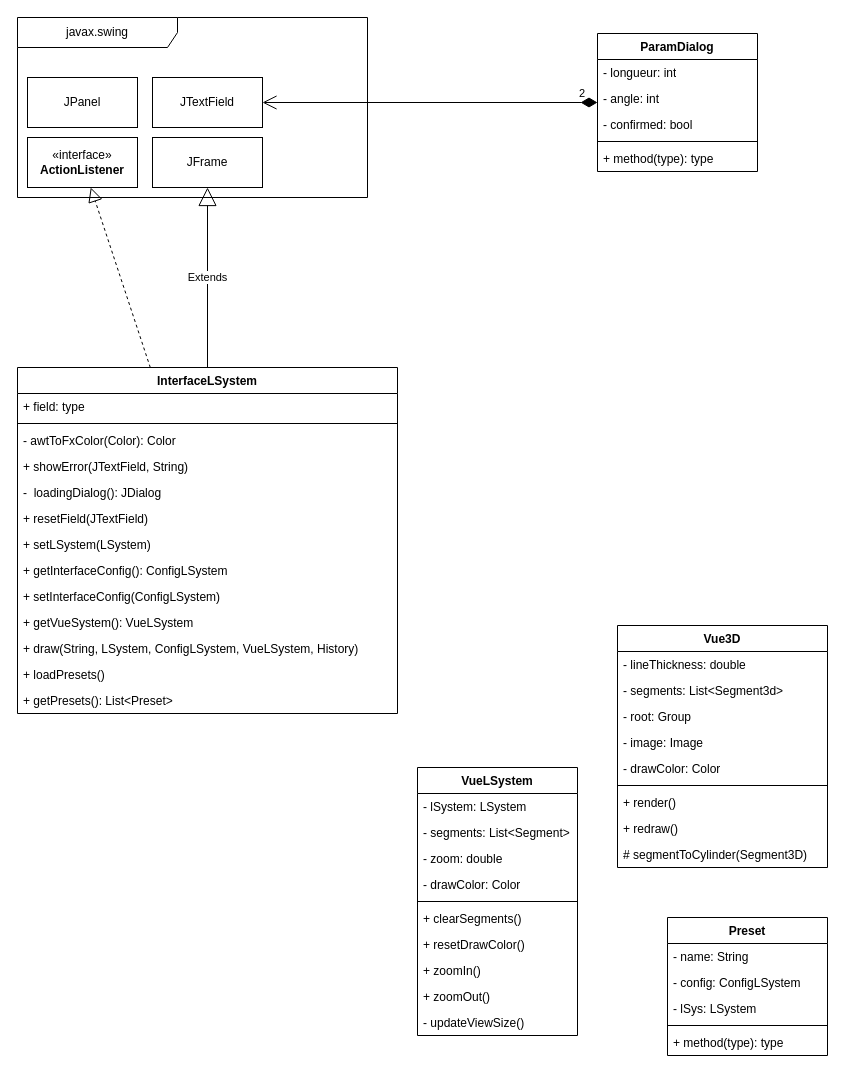
Earlier version of the draw.io diagram page "ui" (7 of 8) of diagrams/AllPackages.drawio (afanemvembe-alt/lindenmeyer-system-3d). Source tidied: cells renumbered, new cells numbered last; positions are measured from the earlier drawing's top-left corner, leaving out a move shared by most shapes. Both pictures are drawn from the tidied source at 100%, with x=0, y=0 at pixel (17, 17).
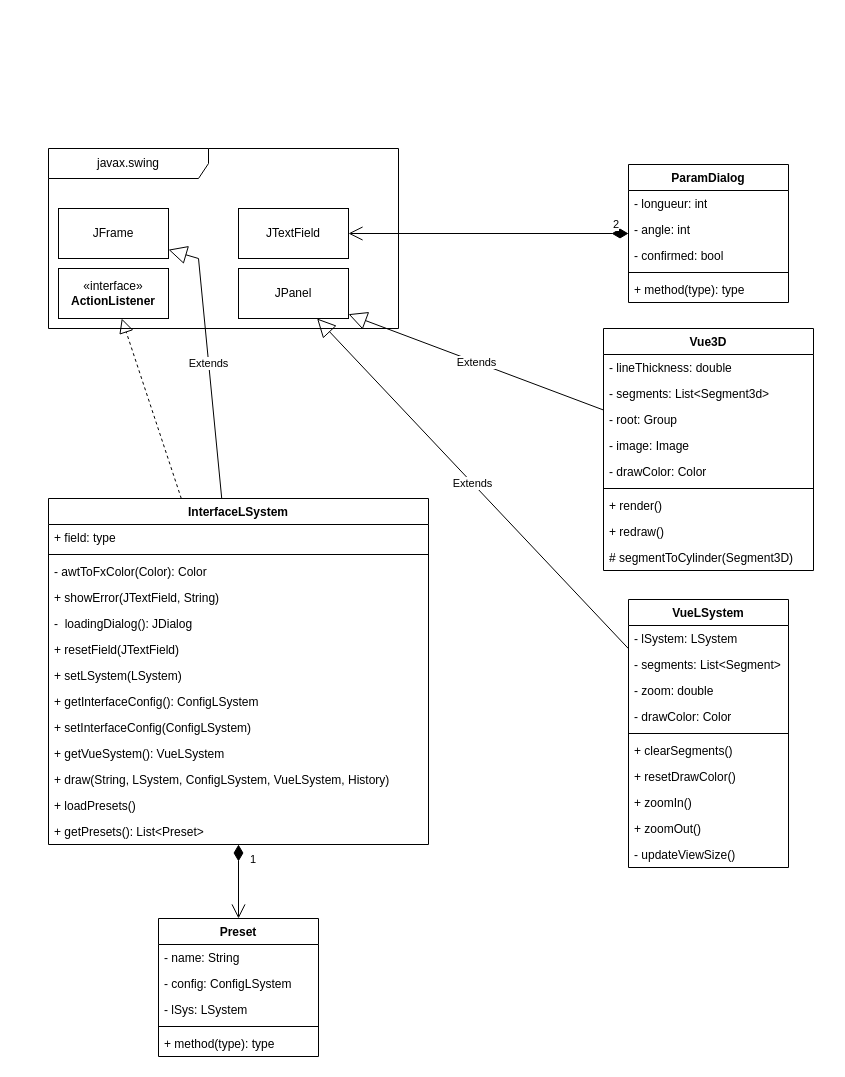
The same page after the edit.

Change to the diagram source:
```diff
@@
     <mxCell id="2" value="InterfaceLSystem" style="swimlane;fontStyle=1;align=center;verticalAlign=top;horizontal=1;startSize=26;whiteSpace=wrap;html=1;" parent="1" vertex="1">
-      <mxGeometry y="350" width="380" height="346" as="geometry" />
+      <mxGeometry x="31" y="481" width="380" height="346" as="geometry" />
     </mxCell>
@@
     <mxCell id="17" value="Extends" style="endArrow=block;endSize=16;endFill=0;html=1;rounded=0;" parent="1" edge="1" source="2" target="19">
-      <mxGeometry relative="1" as="geometry" />
+      <mxGeometry relative="1" as="geometry">
+        <Array as="points">
+          <mxPoint x="181" y="241" />
+        </Array>
+      </mxGeometry>
     </mxCell>
     <mxCell id="18" value="javax.swing" style="shape=umlFrame;whiteSpace=wrap;html=1;width=160;" parent="1" vertex="1">
-      <mxGeometry width="350" height="180" as="geometry" />
+      <mxGeometry x="31" y="131" width="350" height="180" as="geometry" />
     </mxCell>
     <mxCell id="19" value="JFrame" style="html=1;whiteSpace=wrap;" parent="18" vertex="1">
-      <mxGeometry x="135" y="120" width="110" height="50" as="geometry" />
+      <mxGeometry x="10" y="60" width="110" height="50" as="geometry" />
     </mxCell>
@@
+    <mxCell id="22" value="JTextField" style="html=1;whiteSpace=wrap;" parent="18" vertex="1">
+      <mxGeometry x="190" y="60" width="110" height="50" as="geometry" />
+    </mxCell>
     <mxCell id="21" value="JPanel" style="html=1;whiteSpace=wrap;" parent="18" vertex="1">
-      <mxGeometry x="10" y="60" width="110" height="50" as="geometry" />
+      <mxGeometry x="190" y="120" width="110" height="50" as="geometry" />
     </mxCell>
-    <mxCell id="22" value="JTextField" style="html=1;whiteSpace=wrap;" parent="18" vertex="1">
-      <mxGeometry x="135" y="60" width="110" height="50" as="geometry" />
-    </mxCell>
     <mxCell id="23" value="Vue3D" style="swimlane;fontStyle=1;align=center;verticalAlign=top;horizontal=1;startSize=26;whiteSpace=wrap;html=1;" parent="1" vertex="1">
-      <mxGeometry x="600" y="608" width="210" height="242" as="geometry" />
+      <mxGeometry x="586" y="311" width="210" height="242" as="geometry" />
     </mxCell>
@@
     <mxCell id="33" value="VueLSystem" style="swimlane;fontStyle=1;align=center;verticalAlign=top;horizontal=1;startSize=26;whiteSpace=wrap;html=1;" parent="1" vertex="1">
-      <mxGeometry x="400" y="750" width="160" height="268" as="geometry" />
+      <mxGeometry x="611" y="582" width="160" height="268" as="geometry" />
     </mxCell>
@@
     <mxCell id="44" value="Preset" style="swimlane;fontStyle=1;align=center;verticalAlign=top;horizontal=1;startSize=26;whiteSpace=wrap;html=1;" parent="1" vertex="1">
-      <mxGeometry x="650" y="900" width="160" height="138" as="geometry" />
+      <mxGeometry x="141" y="901" width="160" height="138" as="geometry" />
     </mxCell>
@@
     <mxCell id="50" value="ParamDialog" style="swimlane;fontStyle=1;align=center;verticalAlign=top;horizontal=1;startSize=26;whiteSpace=wrap;html=1;" parent="1" vertex="1">
-      <mxGeometry x="580" y="16" width="160" height="138" as="geometry" />
+      <mxGeometry x="611" y="147" width="160" height="138" as="geometry" />
     </mxCell>
@@
+    <mxCell id="57" value="Extends" style="endArrow=block;endSize=16;endFill=0;html=1;rounded=0;" parent="1" edge="1" source="23" target="21">
+      <mxGeometry relative="1" as="geometry" />
+    </mxCell>
+    <mxCell id="58" value="Extends" style="endArrow=block;endSize=16;endFill=0;html=1;rounded=0;" parent="1" edge="1" source="33" target="21">
+      <mxGeometry relative="1" as="geometry" />
+    </mxCell>
+    <mxCell id="59" value="1" style="endArrow=open;html=1;endSize=12;startArrow=diamondThin;startSize=14;startFill=1;edgeStyle=orthogonalEdgeStyle;align=left;verticalAlign=bottom;rounded=0;" parent="1" edge="1" source="2" target="44">
+      <mxGeometry x="-0.35" y="10" relative="1" as="geometry" />
+    </mxCell>
```
